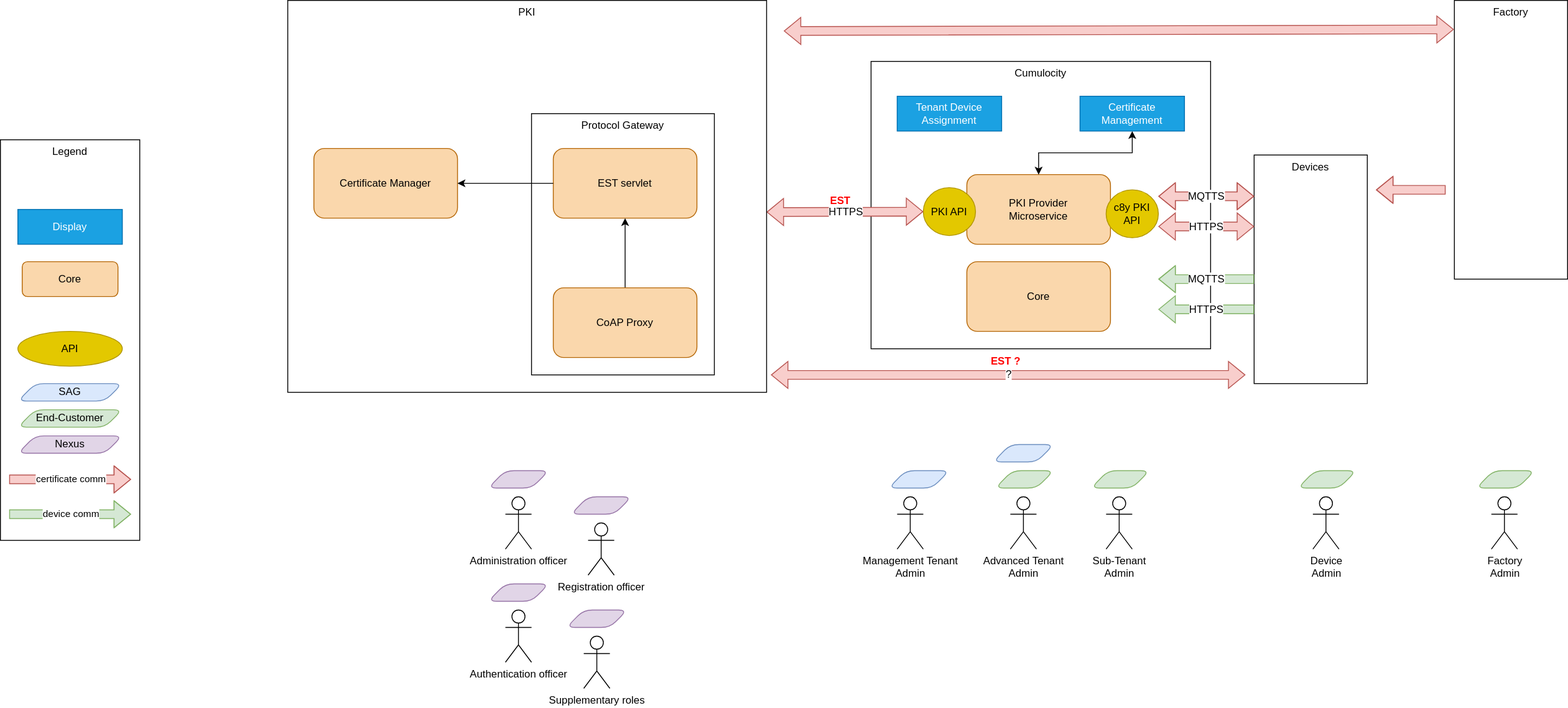
Earlier version of the draw.io export doc/Architecture.drawio.svg (Cumulocity-IoT/cumulocity-pki-integration). Source tidied: cells renumbered, new cells last; positions are measured from the earlier drawing's top-left corner, leaving out a move shared by most shapes.
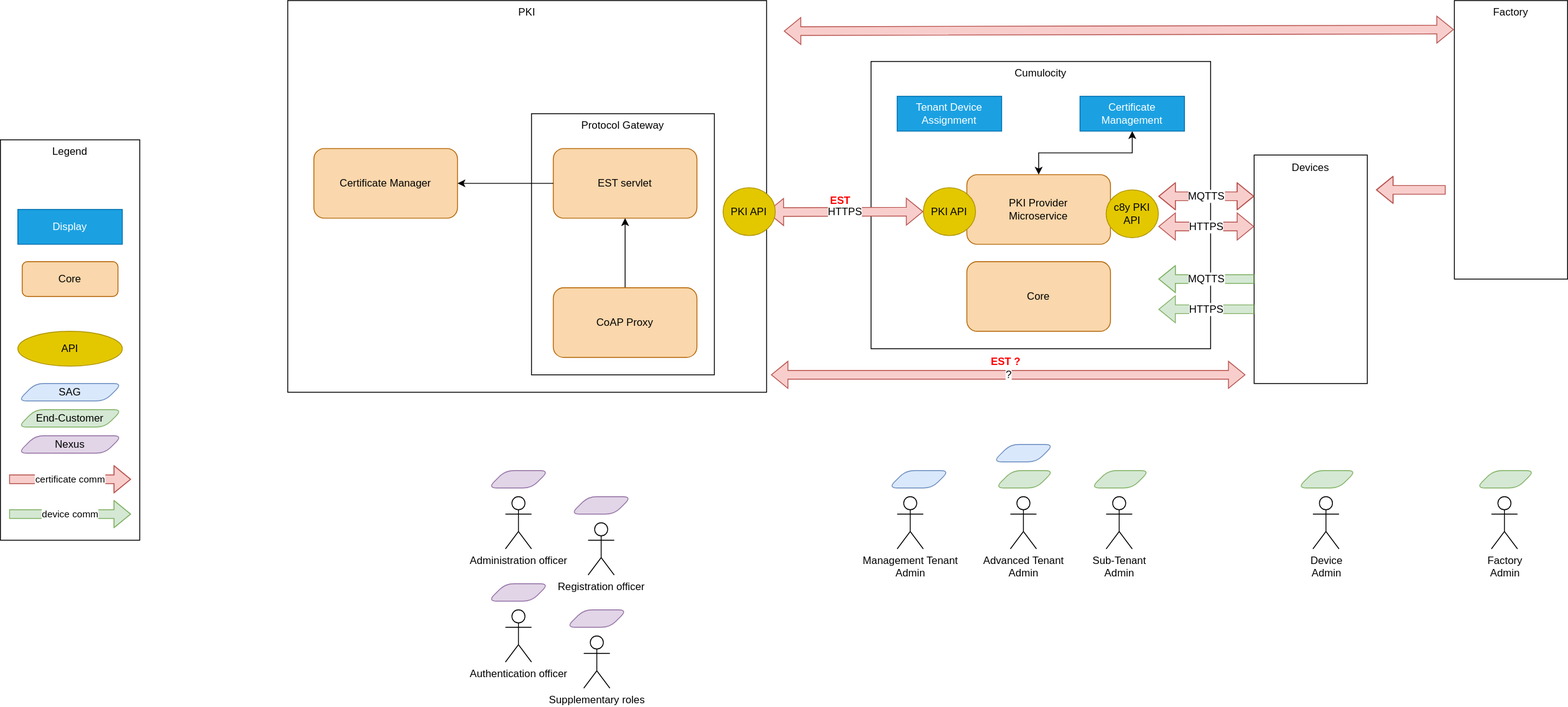
Above is the later version.

Change to the diagram source:
```diff
@@ -217,5 +217,8 @@
     <mxCell id="59" value="Core" style="rounded=1;whiteSpace=wrap;html=1;fontSize=12;glass=0;strokeWidth=1;shadow=0;fillColor=#fad7ac;strokeColor=#b46504;" parent="49" vertex="1">
       <mxGeometry x="25" y="140" width="110" height="40" as="geometry" />
     </mxCell>
+    <mxCell id="60" value="PKI API" style="ellipse;whiteSpace=wrap;html=1;rounded=1;fillColor=#e3c800;strokeColor=#B09500;fontColor=#000000;" parent="1" vertex="1">
+      <mxGeometry x="830" y="215" width="60" height="55" as="geometry" />
+    </mxCell>
   </root>
 </mxGraphModel>
```
